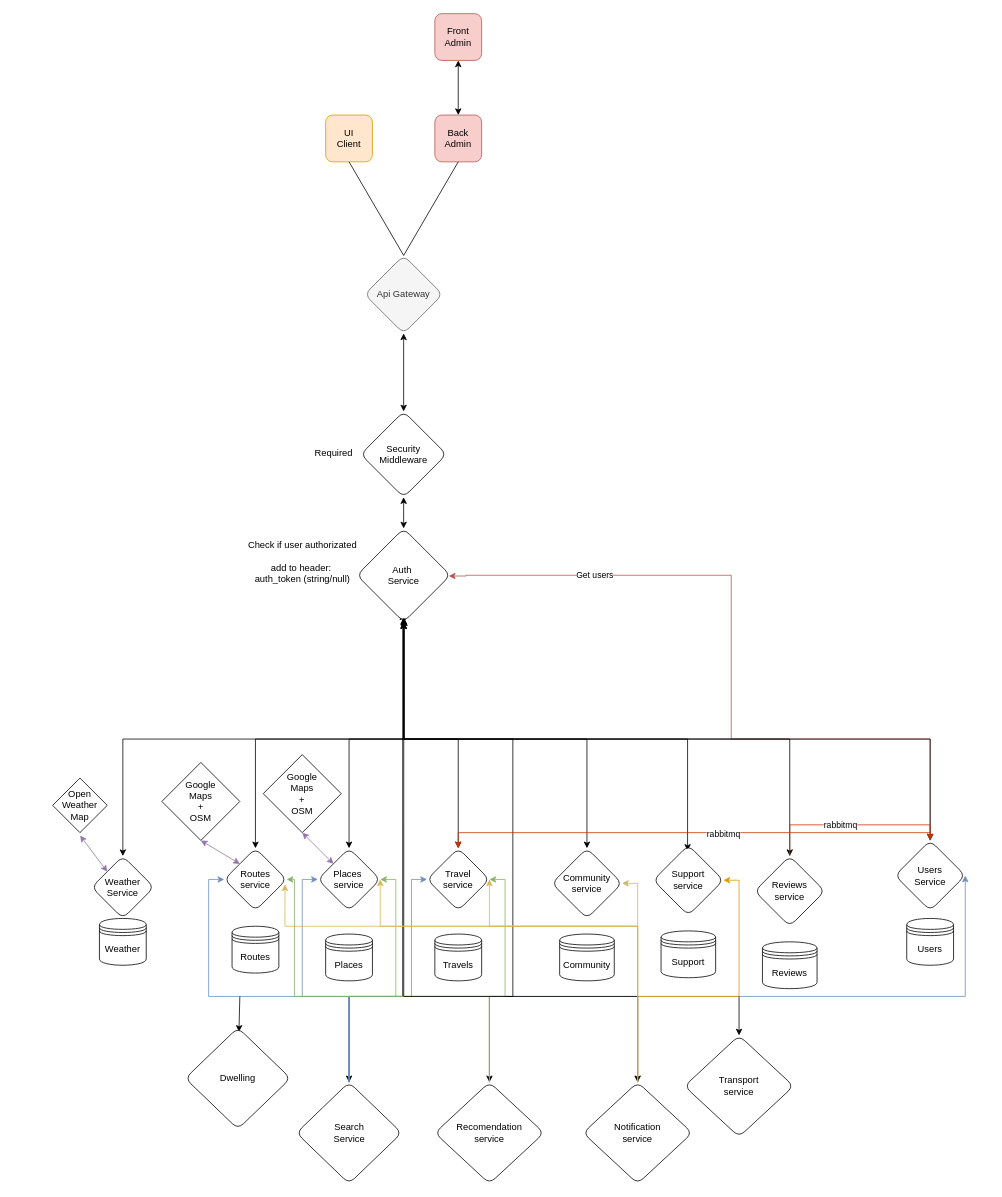
Before: page "main" (1 of 2) of devStorage/ArchitectureWorldPath.drawio in AndrewVozniak/WorldPath, a draw.io diagram. Source tidied: cells renumbered, new cells numbered last; positions are measured from the earlier drawing's top-left corner, leaving out a move shared by most shapes. Both pictures are drawn from the tidied source at 78%, with x=0, y=0 at pixel (13, 13).
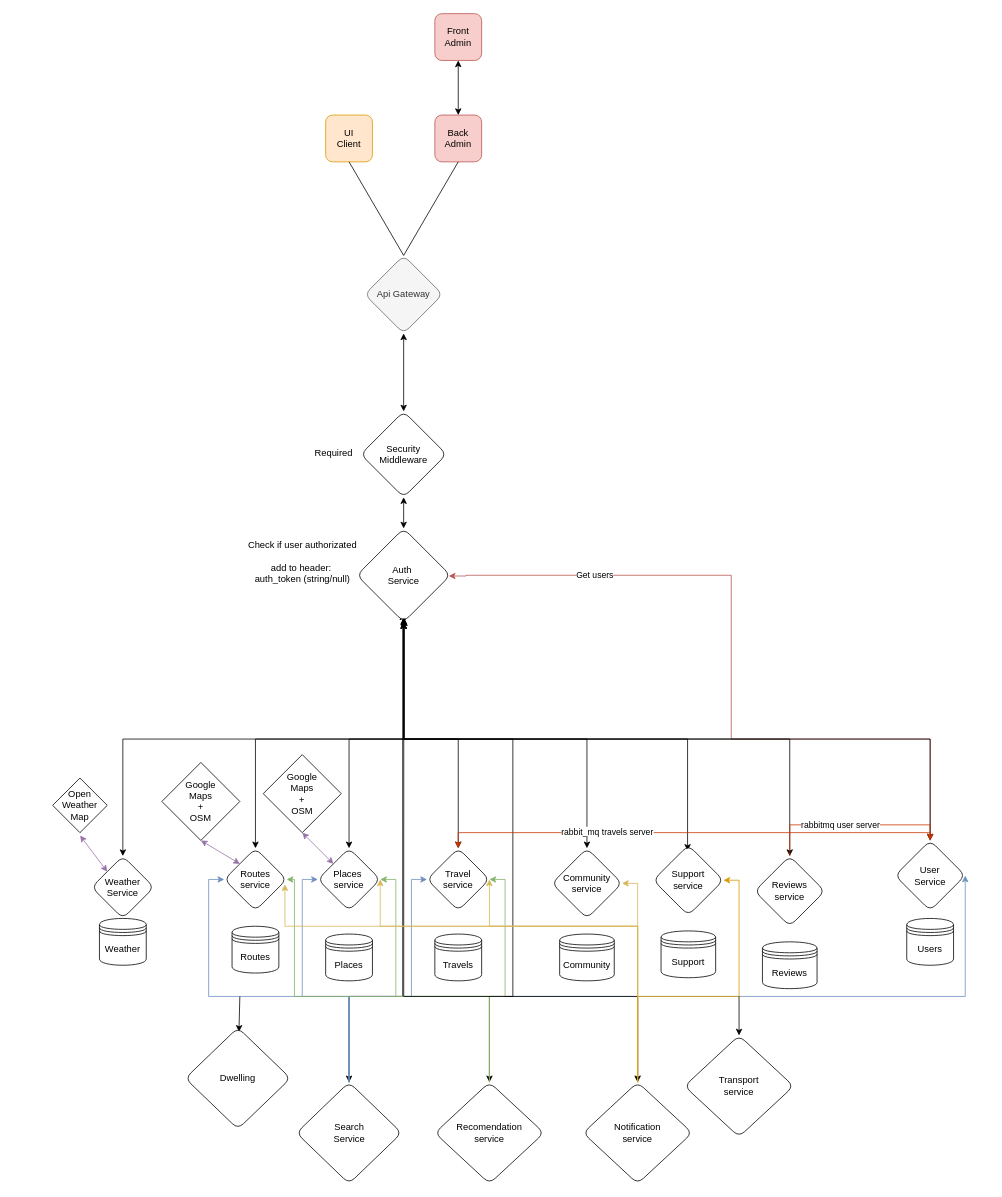
After the change.

Unchanged cells that the change refers to:
```xml
<mxCell id="19" style="group;" parent="1" vertex="1">
  <mxGeometry x="1120" y="1060" width="130" height="210" as="geometry" />
</mxCell>
<mxCell id="77" style="edgeStyle=orthogonalEdgeStyle;rounded=0;jettySize=auto;html=1;entryX=0.5;entryY=0;entryDx=0;entryDy=0;fillColor=#fa6800;strokeColor=#C73500;exitX=0.5;exitY=0;exitDx=0;exitDy=0;" parent="1" edge="1" source="71" target="21">
  <mxGeometry relative="1" as="geometry" />
</mxCell>
<mxCell id="79" style="edgeStyle=orthogonalEdgeStyle;rounded=0;jettySize=auto;html=1;fillColor=#fa6800;strokeColor=#C73500;exitX=0.5;exitY=0;exitDx=0;exitDy=0;" parent="1" edge="1" source="21">
  <mxGeometry relative="1" as="geometry">
    <mxPoint x="570" y="1070" as="targetPoint" />
    <Array as="points">
      <mxPoint x="1175" y="1050" />
      <mxPoint x="570" y="1050" />
    </Array>
  </mxGeometry>
</mxCell>
```

Diff of the diagram source:
```diff
@@
-    <mxCell id="21" value="Users&lt;br&gt;Service" style="rhombus;whiteSpace=wrap;html=1;rounded=1;" parent="19" vertex="1">
+    <mxCell id="21" value="User&lt;br&gt;Service" style="rhombus;whiteSpace=wrap;html=1;rounded=1;" parent="19" vertex="1">
       <mxGeometry x="10" width="90" height="90" as="geometry" />
     </mxCell>
@@
-    <mxCell id="78" value="rabbitmq" style="edgeLabel;html=1;align=center;verticalAlign=middle;" parent="77" vertex="1">
+    <mxCell id="78" value="rabbitmq user server" style="edgeLabel;html=1;align=center;verticalAlign=middle;" parent="77" vertex="1">
       <mxGeometry x="-0.13" y="1" relative="1" as="geometry" />
     </mxCell>
@@
-    <mxCell id="80" value="rabbitmq" style="edgeLabel;html=1;align=center;verticalAlign=middle;" parent="79" vertex="1">
-      <mxGeometry x="-0.13" y="1" relative="1" as="geometry" />
-    </mxCell>
+    <mxCell id="81" value="rabbit_mq travels server" style="edgeLabel;html=1;align=center;verticalAlign=middle;" parent="79" vertex="1">
+      <mxGeometry x="0.34" y="-2" relative="1" as="geometry" />
+    </mxCell>
```
